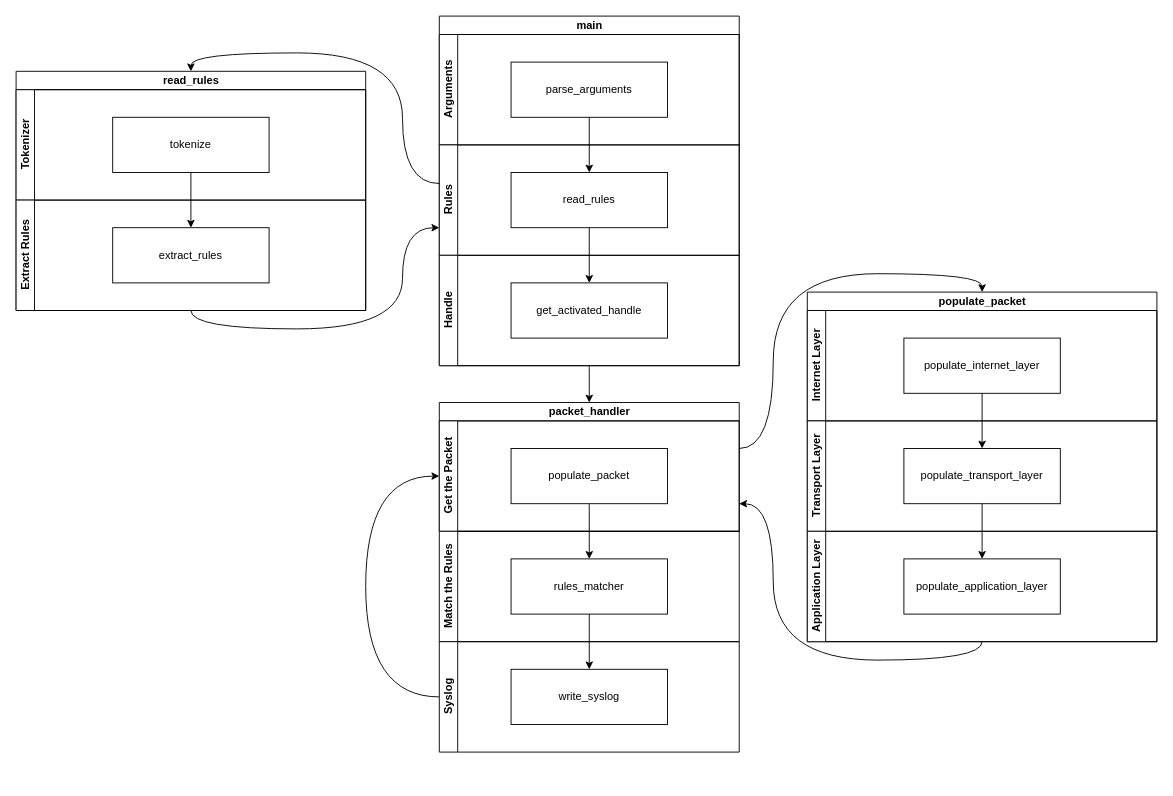
Earlier version of the draw.io diagram markdown-explanations/images/software-architecture.drawio (FlorianFichet/B2-IR209-IDS). Source tidied: cells renumbered, new cells numbered last; positions are measured from the earlier drawing's top-left corner, leaving out a move shared by most shapes. Both pictures are drawn from the tidied source at 92%, with x=0, y=0 at pixel (16, 16).
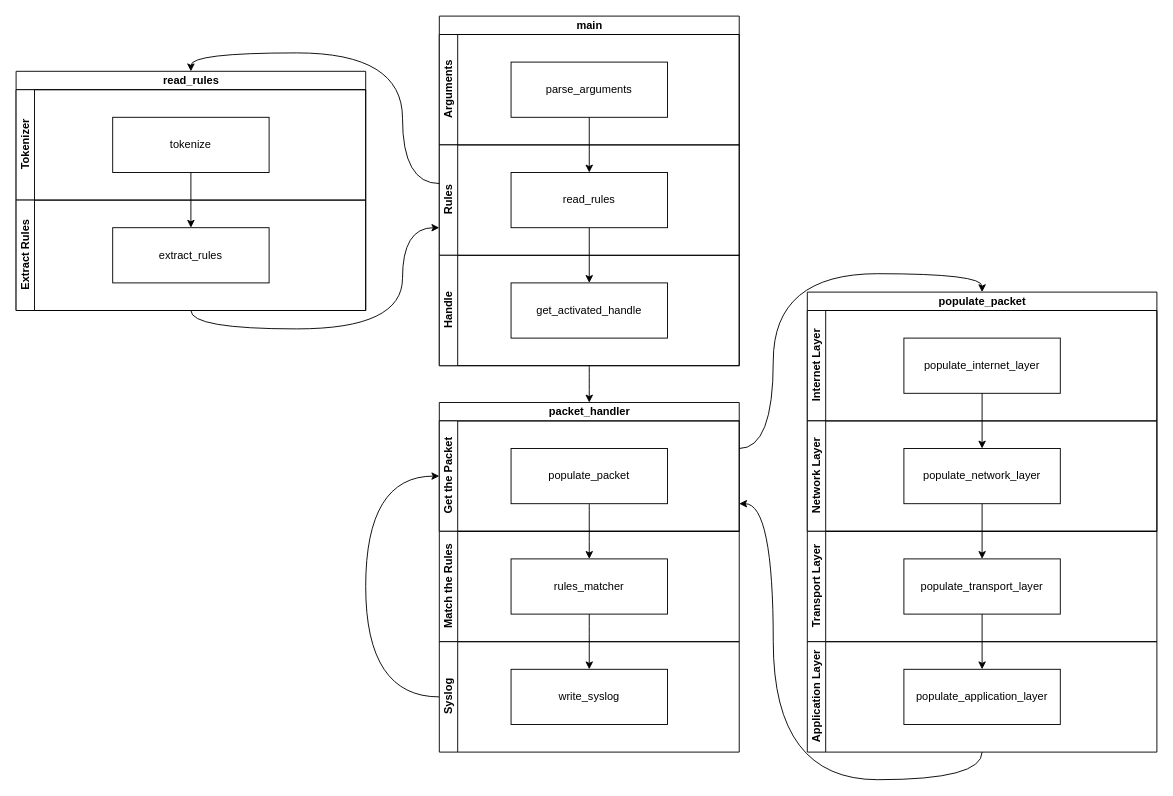
After the change.

Commit message (it also covers changes not shown here):
update project structure and software architecture

The change refers to these unchanged cells:
```xml
<mxCell id="30" value="Get the Packet" style="swimlane;html=1;startSize=20;horizontal=0;" parent="29" vertex="1">
  <mxGeometry y="20" width="326" height="120" as="geometry" />
</mxCell>
```

Diff of the diagram source:
```diff
@@
     <mxCell id="2" style="edgeStyle=orthogonalEdgeStyle;curved=1;rounded=0;jettySize=auto;html=1;entryX=1;entryY=0.75;entryDx=0;entryDy=0;exitX=0.5;exitY=1;exitDx=0;exitDy=0;" parent="1" edge="1" source="10" target="30">
-      <mxGeometry relative="1" as="geometry" />
+      <mxGeometry relative="1" as="geometry">
+        <Array as="points">
+          <mxPoint x="1050" y="830" />
+          <mxPoint x="823" y="830" />
+          <mxPoint x="823" y="530" />
+        </Array>
+      </mxGeometry>
     </mxCell>
     <mxCell id="3" value="populate_packet" style="swimlane;html=1;horizontal=1;startSize=20;" parent="1" vertex="1">
-      <mxGeometry x="860" y="300" width="380" height="380" as="geometry" />
+      <mxGeometry x="860" y="300" width="380" height="260" as="geometry" />
     </mxCell>
@@
-    <mxCell id="7" style="edgeStyle=orthogonalEdgeStyle;rounded=0;jettySize=auto;html=1;entryX=0.5;entryY=0;entryDx=0;entryDy=0;" parent="3" edge="1" source="9" target="11">
-      <mxGeometry relative="1" as="geometry" />
-    </mxCell>
-    <mxCell id="8" value="Transport Layer" style="swimlane;html=1;startSize=20;horizontal=0;" parent="3" vertex="1">
+    <mxCell id="8" value="Network Layer" style="swimlane;html=1;startSize=20;horizontal=0;" parent="3" vertex="1">
       <mxGeometry y="140" width="380" height="120" as="geometry" />
     </mxCell>
-    <mxCell id="9" value="populate_transport_layer" style="whiteSpace=wrap;html=1;align=center;newEdgeStyle={&quot;edgeStyle&quot;:&quot;elbowEdgeStyle&quot;,&quot;startArrow&quot;:&quot;none&quot;,&quot;endArrow&quot;:&quot;none&quot;};" parent="8" vertex="1">
+    <mxCell id="9" value="populate_network_layer" style="whiteSpace=wrap;html=1;align=center;newEdgeStyle={&quot;edgeStyle&quot;:&quot;elbowEdgeStyle&quot;,&quot;startArrow&quot;:&quot;none&quot;,&quot;endArrow&quot;:&quot;none&quot;};" parent="8" vertex="1">
       <mxGeometry x="105" y="30" width="170" height="60" as="geometry" />
     </mxCell>
-    <mxCell id="10" value="Application Layer" style="swimlane;html=1;startSize=20;horizontal=0;" parent="3" vertex="1">
-      <mxGeometry y="260" width="380" height="120" as="geometry" />
-    </mxCell>
-    <mxCell id="11" value="populate_application_layer" style="whiteSpace=wrap;html=1;align=center;newEdgeStyle={&quot;edgeStyle&quot;:&quot;elbowEdgeStyle&quot;,&quot;startArrow&quot;:&quot;none&quot;,&quot;endArrow&quot;:&quot;none&quot;};" parent="10" vertex="1">
-      <mxGeometry x="105" y="30" width="170" height="60" as="geometry" />
-    </mxCell>
@@
+    <mxCell id="41" value="Transport Layer" style="swimlane;html=1;startSize=20;horizontal=0;" parent="1" vertex="1">
+      <mxGeometry x="860" y="560" width="380" height="120" as="geometry" />
+    </mxCell>
+    <mxCell id="42" value="populate_transport_layer" style="whiteSpace=wrap;html=1;align=center;newEdgeStyle={&quot;edgeStyle&quot;:&quot;elbowEdgeStyle&quot;,&quot;startArrow&quot;:&quot;none&quot;,&quot;endArrow&quot;:&quot;none&quot;};" parent="41" vertex="1">
+      <mxGeometry x="105" y="30" width="170" height="60" as="geometry" />
+    </mxCell>
+    <mxCell id="10" value="Application Layer" style="swimlane;html=1;startSize=20;horizontal=0;" parent="1" vertex="1">
+      <mxGeometry x="860" y="680" width="380" height="120" as="geometry" />
+    </mxCell>
+    <mxCell id="11" value="populate_application_layer" style="whiteSpace=wrap;html=1;align=center;newEdgeStyle={&quot;edgeStyle&quot;:&quot;elbowEdgeStyle&quot;,&quot;startArrow&quot;:&quot;none&quot;,&quot;endArrow&quot;:&quot;none&quot;};" parent="10" vertex="1">
+      <mxGeometry x="105" y="30" width="170" height="60" as="geometry" />
+    </mxCell>
+    <mxCell id="43" style="edgeStyle=orthogonalEdgeStyle;rounded=0;jettySize=auto;html=1;entryX=0.5;entryY=0;entryDx=0;entryDy=0;" parent="1" edge="1" source="9" target="42">
+      <mxGeometry relative="1" as="geometry" />
+    </mxCell>
+    <mxCell id="44" style="edgeStyle=orthogonalEdgeStyle;rounded=0;jettySize=auto;html=1;entryX=0.5;entryY=0;entryDx=0;entryDy=0;" parent="1" edge="1" source="42" target="11">
+      <mxGeometry relative="1" as="geometry" />
+    </mxCell>
```
